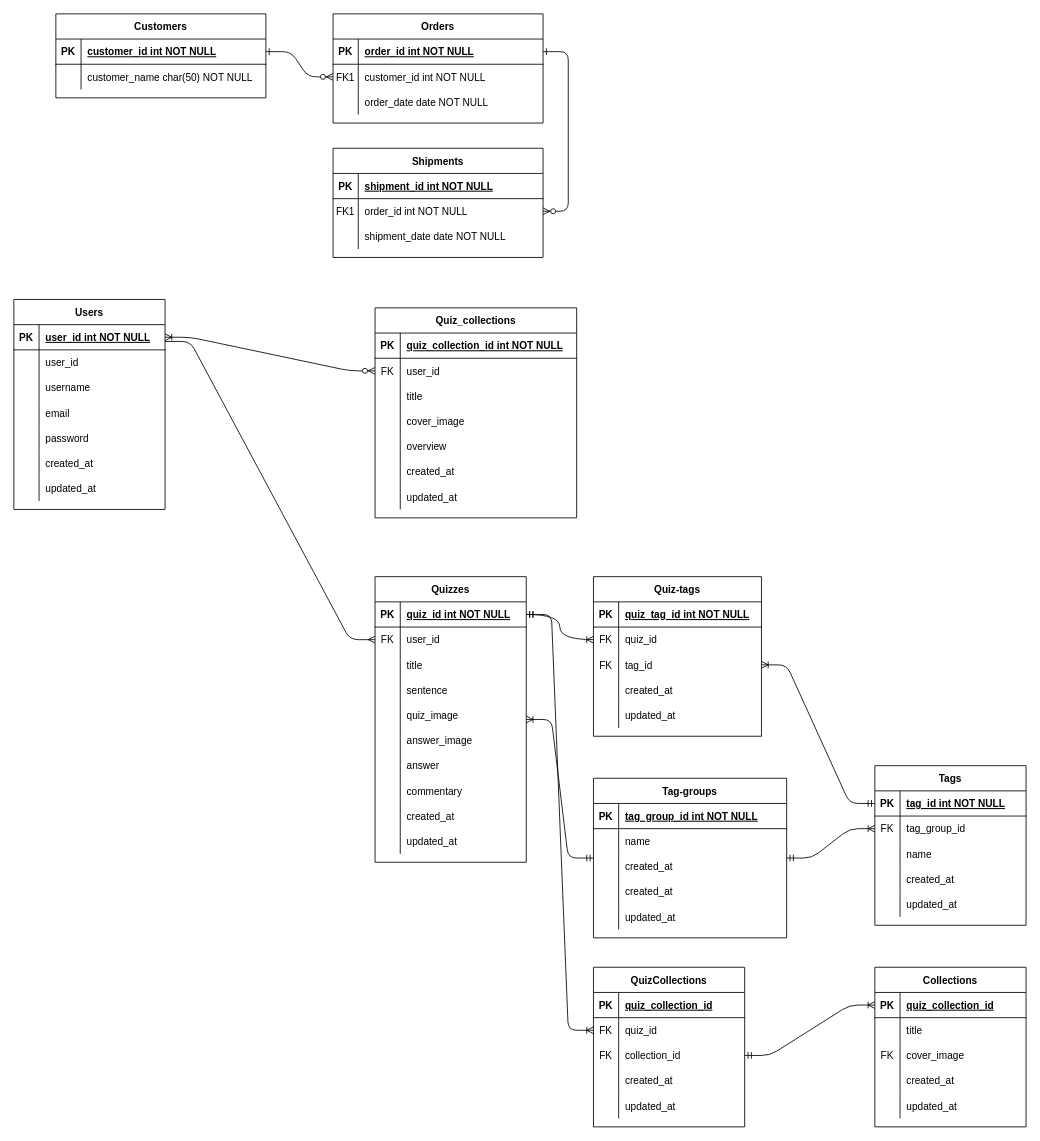
Above: 名称未設定ファイル.drawio in blue-drill/kurenai-dorill.github.io (draw.io), before the change. Source tidied: cells renumbered, new cells numbered last; positions are measured from the earlier drawing's top-left corner, leaving out a move shared by most shapes. Both pictures are drawn from the tidied source at 84%, with x=0, y=0 at pixel (13, 13).
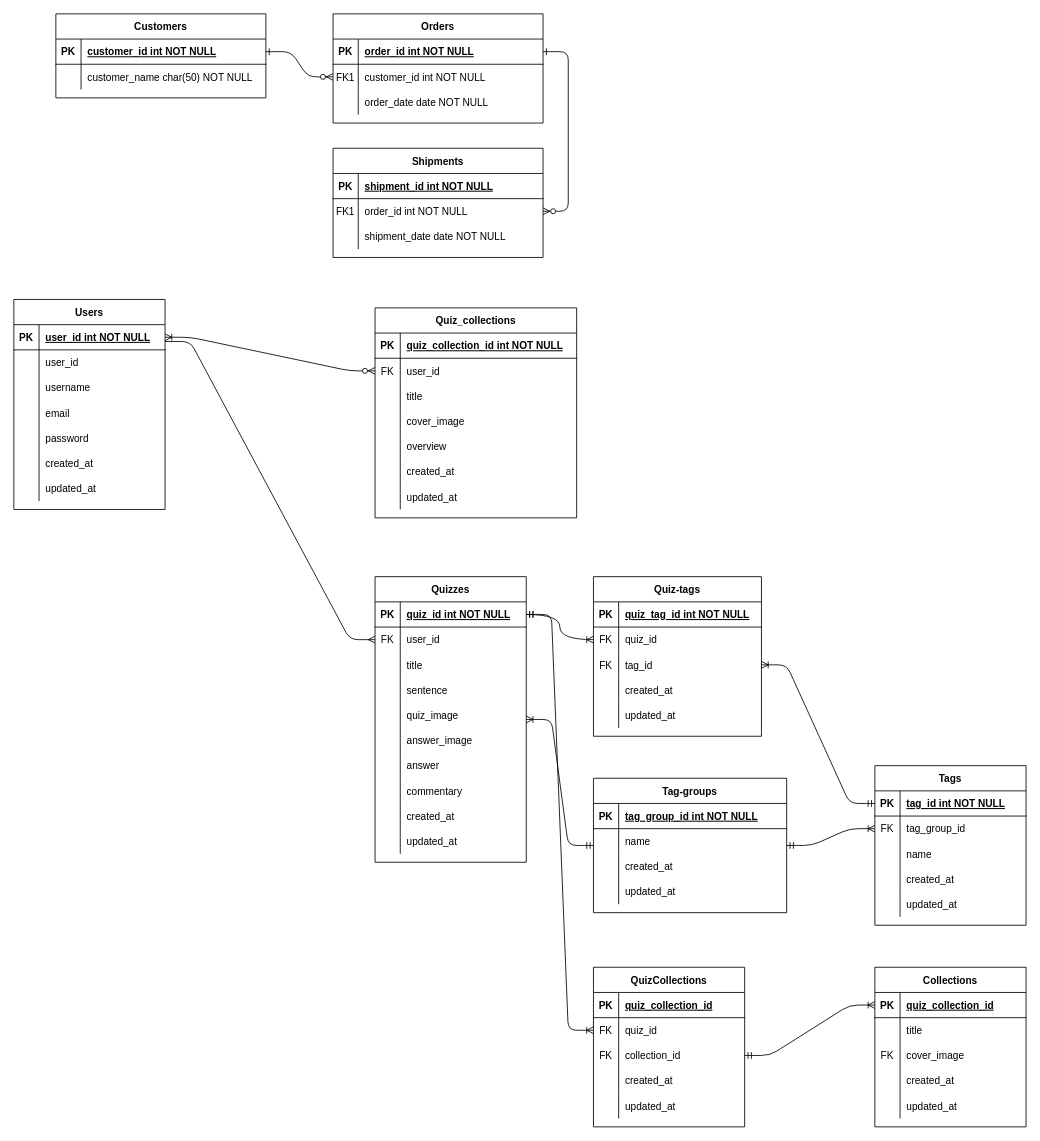
The same page after the edit.

Commit message:
名称未設定ファイル.drawio を更新します

What changed in the source:
```diff
@@
     <mxCell id="124" value="Tag-groups" style="shape=table;startSize=30;childLayout=tableLayout;rowLines=0;fontStyle=1;align=center;" parent="1" vertex="1">
-      <mxGeometry x="690" y="910" width="230" height="190" as="geometry" />
+      <mxGeometry x="690" y="910" width="230" height="160" as="geometry" />
     </mxCell>
@@
-    <mxCell id="131" style="shape=partialRectangle;fillColor=none;top=0;left=0;bottom=0;right=0;" parent="124" vertex="1">
-      <mxGeometry y="90" width="230" height="30" as="geometry" />
-    </mxCell>
-    <mxCell id="132" style="shape=partialRectangle;fillColor=none;top=0;left=0;bottom=0;right=0;overflow=hidden;" parent="131" vertex="1">
-      <mxGeometry width="30" height="30" as="geometry" />
-    </mxCell>
-    <mxCell id="133" value="created_at" style="shape=partialRectangle;fillColor=none;top=0;left=0;bottom=0;right=0;align=left;spacingLeft=6;overflow=hidden;" parent="131" vertex="1">
-      <mxGeometry x="30" width="200" height="30" as="geometry" />
-    </mxCell>
     <mxCell id="134" style="shape=partialRectangle;fillColor=none;top=0;left=0;bottom=0;right=0;" parent="124" vertex="1">
-      <mxGeometry y="120" width="230" height="30" as="geometry" />
+      <mxGeometry y="90" width="230" height="30" as="geometry" />
     </mxCell>
@@
     <mxCell id="137" style="shape=partialRectangle;fillColor=none;top=0;left=0;bottom=0;right=0;" parent="124" vertex="1">
-      <mxGeometry y="150" width="230" height="30" as="geometry" />
+      <mxGeometry y="120" width="230" height="30" as="geometry" />
     </mxCell>
```
